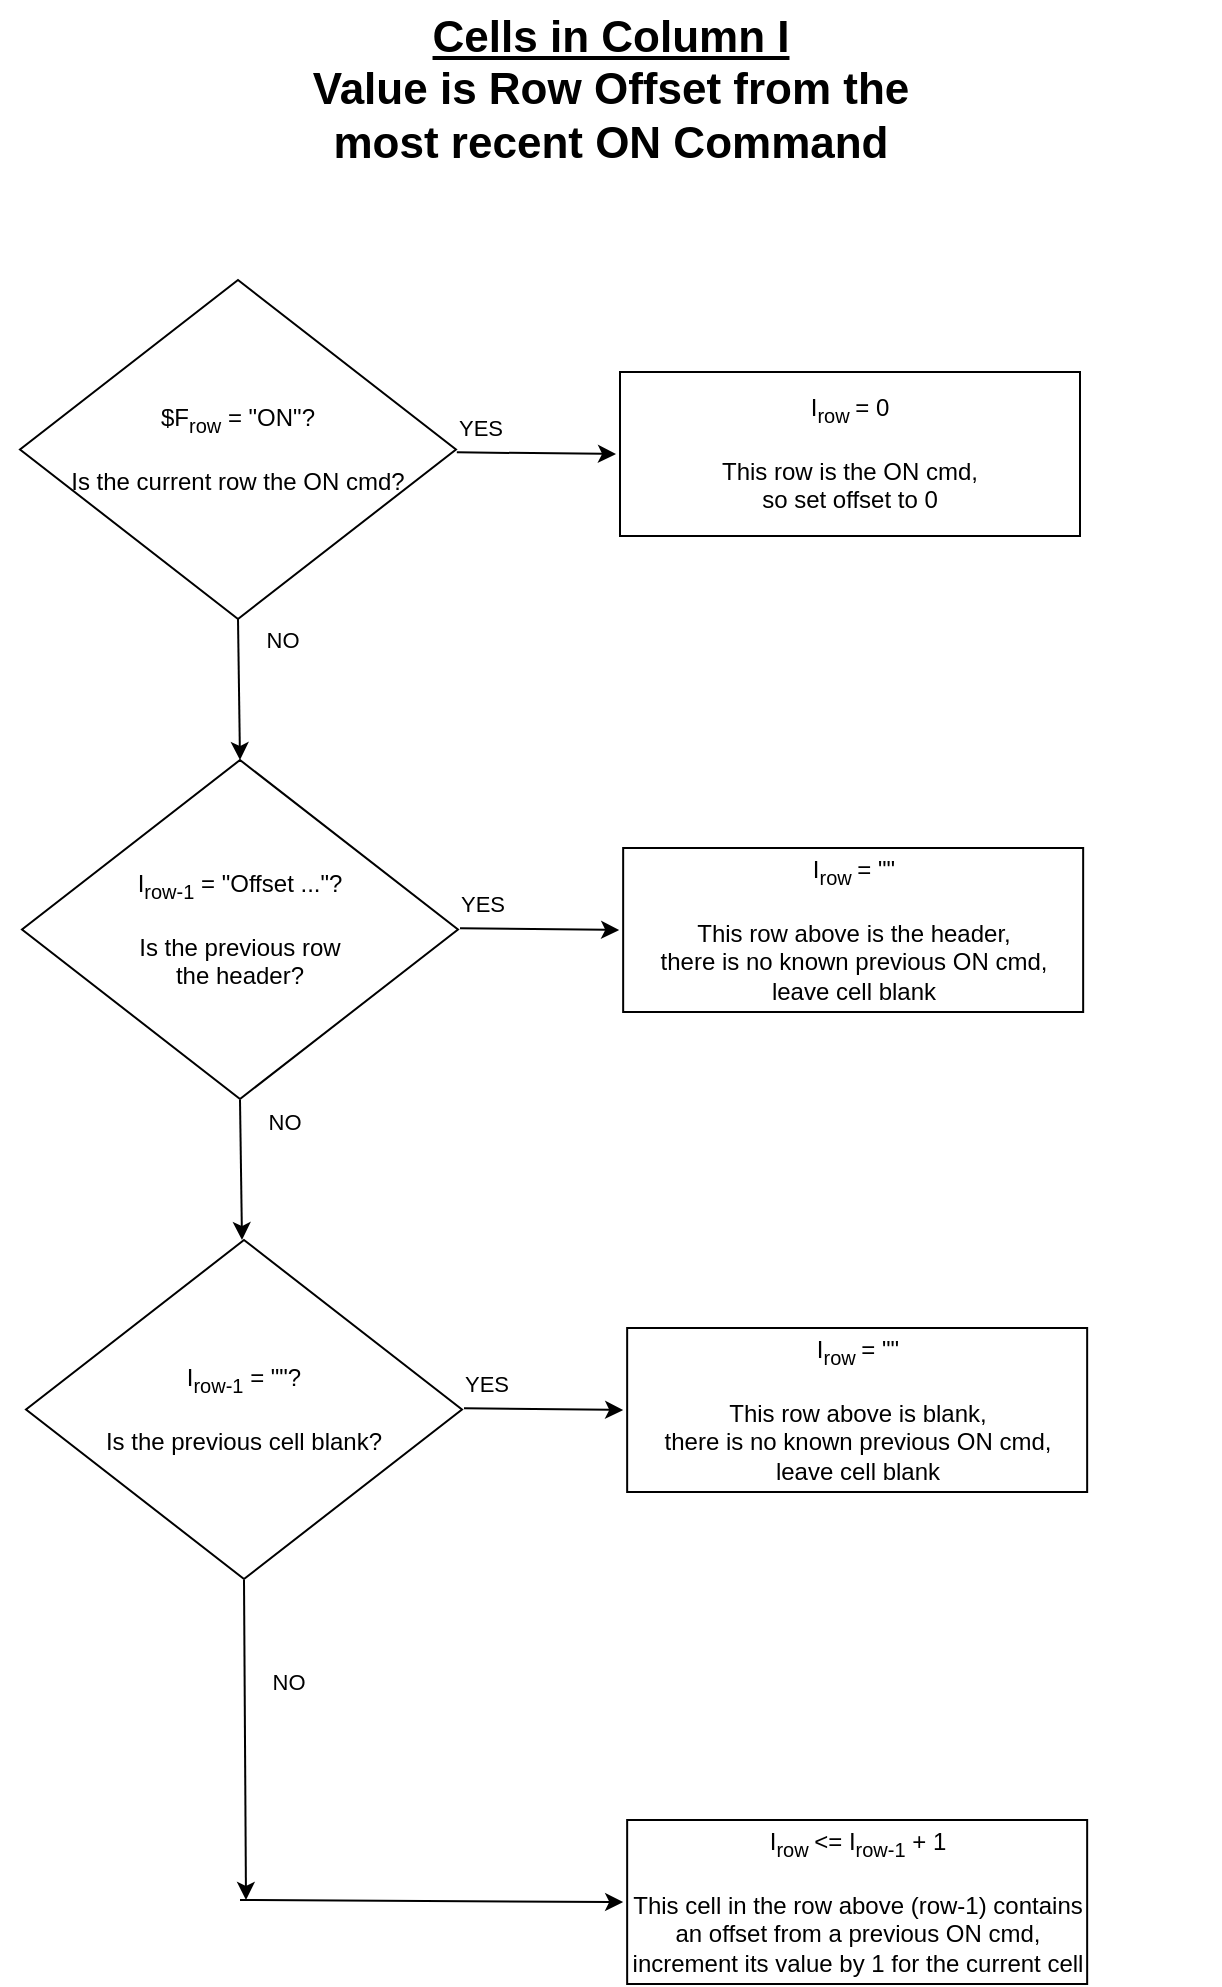
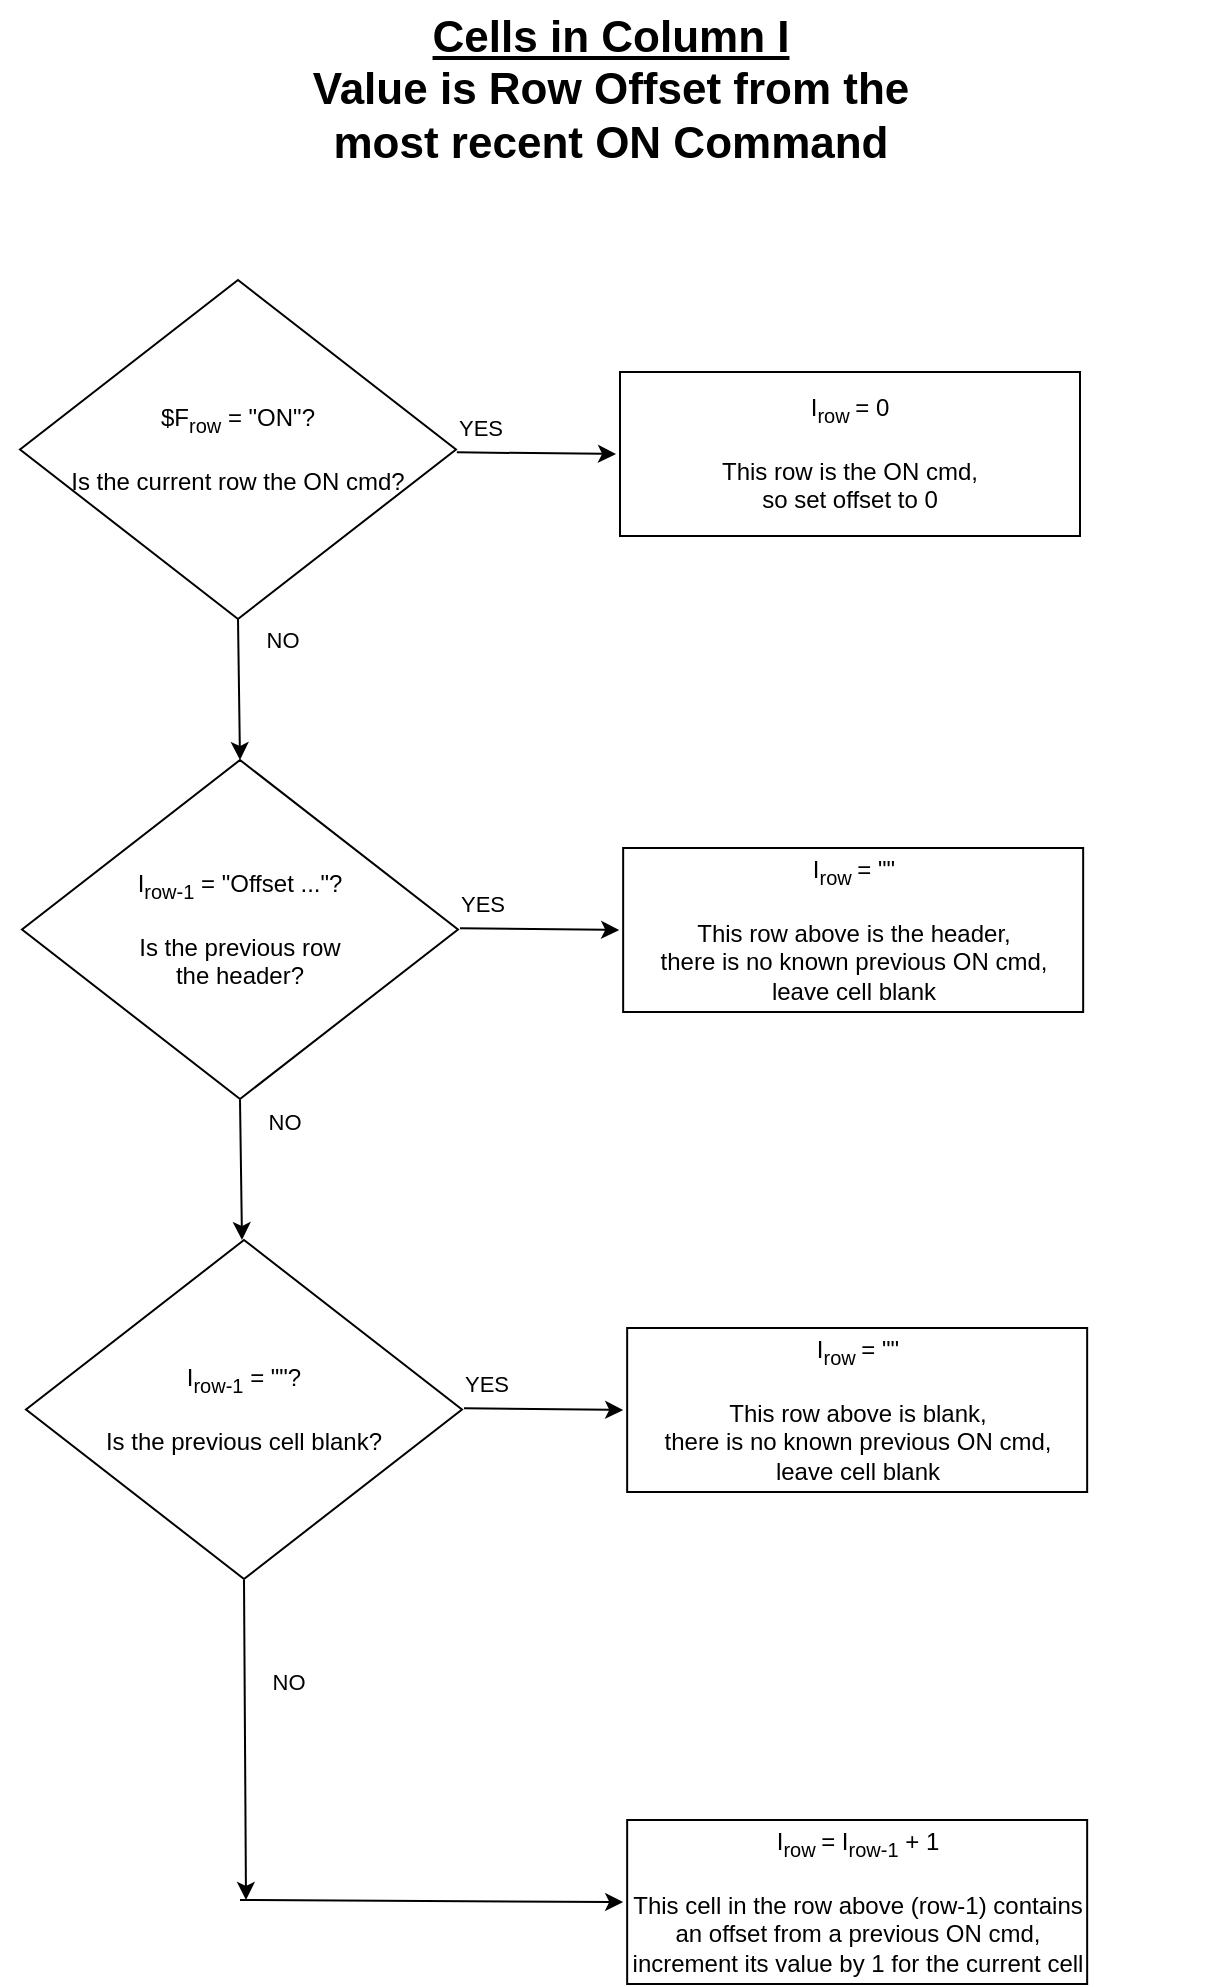
<mxfile host="app.diagrams.net">
  <diagram name="Page-1" id="8pwIm11rHzy2fwZkQPxO">
-     <mxGraphModel dx="501" dy="358" grid="1" gridSize="10" guides="1" tooltips="1" connect="1" arrows="1" fold="1" page="1" pageScale="1" pageWidth="850" pageHeight="1100" math="0" shadow="0">
+     <mxGraphModel dx="877" dy="626" grid="1" gridSize="10" guides="1" tooltips="1" connect="1" arrows="1" fold="1" page="1" pageScale="1" pageWidth="850" pageHeight="1100" math="0" shadow="0">
      <root>
        <mxCell id="0" />
        <mxCell id="1" parent="0" />
        <mxCell id="_fD-yj-OL9M4TpKsppHa-1" parent="1" style="rhombus;whiteSpace=wrap;html=1;shapeInside=1;" value="$F&lt;sub&gt;row&lt;/sub&gt; = &quot;ON&quot;?&lt;br&gt;&lt;br&gt;Is the current row the ON cmd?" vertex="1">
          <mxGeometry height="169.5" width="218" x="120" y="150" as="geometry" />
        </mxCell>
        <mxCell id="_fD-yj-OL9M4TpKsppHa-2" edge="1" parent="1" style="endArrow=classic;html=1;rounded=0;exitX=1.003;exitY=0.532;exitDx=0;exitDy=0;exitPerimeter=0;" value="">
          <mxGeometry height="50" relative="1" width="50" as="geometry">
            <mxPoint x="338.41999999999996" y="236.15999999999997" as="sourcePoint" />
            <mxPoint x="418" y="237" as="targetPoint" />
          </mxGeometry>
        </mxCell>
        <mxCell id="_fD-yj-OL9M4TpKsppHa-3" connectable="0" parent="_fD-yj-OL9M4TpKsppHa-2" style="edgeLabel;html=1;align=center;verticalAlign=middle;resizable=0;points=[];" value="&lt;div&gt;YES&lt;/div&gt;" vertex="1">
          <mxGeometry relative="1" x="0.2087" y="1" as="geometry">
            <mxPoint x="-37" y="-12" as="offset" />
          </mxGeometry>
        </mxCell>
        <mxCell id="_fD-yj-OL9M4TpKsppHa-4" parent="1" style="rounded=0;whiteSpace=wrap;html=1;" value="&lt;div&gt;I&lt;sub&gt;row &lt;/sub&gt;= 0&lt;br&gt;&lt;br&gt;&lt;/div&gt;&lt;div&gt;This row is the ON cmd,&lt;/div&gt;&lt;div&gt;so set offset to 0&lt;/div&gt;" vertex="1">
          <mxGeometry height="82" width="230" x="420" y="196" as="geometry" />
        </mxCell>
        <mxCell id="_fD-yj-OL9M4TpKsppHa-5" edge="1" parent="1" source="_fD-yj-OL9M4TpKsppHa-1" style="endArrow=classic;html=1;rounded=0;exitX=0.5;exitY=1;exitDx=0;exitDy=0;" value="">
          <mxGeometry height="50" relative="1" width="50" as="geometry">
            <mxPoint x="450" y="400" as="sourcePoint" />
            <mxPoint x="230" y="390" as="targetPoint" />
          </mxGeometry>
        </mxCell>
        <mxCell id="_fD-yj-OL9M4TpKsppHa-6" connectable="0" parent="_fD-yj-OL9M4TpKsppHa-5" style="edgeLabel;html=1;align=center;verticalAlign=middle;resizable=0;points=[];" value="NO" vertex="1">
          <mxGeometry relative="1" x="-0.1072" as="geometry">
            <mxPoint x="21" y="-21" as="offset" />
          </mxGeometry>
        </mxCell>
        <mxCell id="_fD-yj-OL9M4TpKsppHa-7" parent="1" style="rhombus;whiteSpace=wrap;html=1;shapeInside=1;" value="I&lt;sub&gt;row-1&lt;/sub&gt; = &quot;Offset ...&quot;?&lt;br&gt;&lt;br&gt;Is the previous row&lt;br&gt;the header?" vertex="1">
          <mxGeometry height="169.5" width="218" x="121" y="390" as="geometry" />
        </mxCell>
        <mxCell id="_fD-yj-OL9M4TpKsppHa-8" edge="1" parent="1" style="endArrow=classic;html=1;rounded=0;exitX=1.003;exitY=0.532;exitDx=0;exitDy=0;exitPerimeter=0;" value="">
          <mxGeometry height="50" relative="1" width="50" as="geometry">
            <mxPoint x="340" y="474.15999999999997" as="sourcePoint" />
            <mxPoint x="419.58000000000004" y="475" as="targetPoint" />
          </mxGeometry>
        </mxCell>
        <mxCell id="_fD-yj-OL9M4TpKsppHa-9" connectable="0" parent="_fD-yj-OL9M4TpKsppHa-8" style="edgeLabel;html=1;align=center;verticalAlign=middle;resizable=0;points=[];" value="&lt;div&gt;YES&lt;/div&gt;" vertex="1">
          <mxGeometry relative="1" x="0.2087" y="1" as="geometry">
            <mxPoint x="-37" y="-12" as="offset" />
          </mxGeometry>
        </mxCell>
        <mxCell id="_fD-yj-OL9M4TpKsppHa-10" parent="1" style="rounded=0;whiteSpace=wrap;html=1;" value="&lt;div&gt;I&lt;sub&gt;row &lt;/sub&gt;= &quot;&quot;&lt;br&gt;&lt;br&gt;&lt;/div&gt;&lt;div&gt;This row above is the header,&lt;/div&gt;&lt;div&gt;there is no known previous ON cmd,&lt;/div&gt;&lt;div&gt;leave cell blank&lt;/div&gt;" vertex="1">
          <mxGeometry height="82" width="230" x="421.58000000000004" y="434" as="geometry" />
        </mxCell>
        <mxCell id="_fD-yj-OL9M4TpKsppHa-11" edge="1" parent="1" style="endArrow=classic;html=1;rounded=0;exitX=0.5;exitY=1;exitDx=0;exitDy=0;" value="">
          <mxGeometry height="50" relative="1" width="50" as="geometry">
            <mxPoint x="230" y="560" as="sourcePoint" />
            <mxPoint x="231" y="630" as="targetPoint" />
          </mxGeometry>
        </mxCell>
        <mxCell id="_fD-yj-OL9M4TpKsppHa-12" connectable="0" parent="_fD-yj-OL9M4TpKsppHa-11" style="edgeLabel;html=1;align=center;verticalAlign=middle;resizable=0;points=[];" value="NO" vertex="1">
          <mxGeometry relative="1" x="-0.1072" as="geometry">
            <mxPoint x="21" y="-21" as="offset" />
          </mxGeometry>
        </mxCell>
        <mxCell id="_fD-yj-OL9M4TpKsppHa-13" parent="1" style="rhombus;whiteSpace=wrap;html=1;shapeInside=1;" value="I&lt;sub&gt;row-1&lt;/sub&gt; = &quot;&quot;?&lt;br&gt;&lt;br&gt;Is the previous cell blank?" vertex="1">
          <mxGeometry height="169.5" width="218" x="123" y="630" as="geometry" />
        </mxCell>
        <mxCell id="_fD-yj-OL9M4TpKsppHa-14" edge="1" parent="1" style="endArrow=classic;html=1;rounded=0;exitX=1.003;exitY=0.532;exitDx=0;exitDy=0;exitPerimeter=0;" value="">
          <mxGeometry height="50" relative="1" width="50" as="geometry">
            <mxPoint x="342" y="714.16" as="sourcePoint" />
            <mxPoint x="421.58000000000004" y="715" as="targetPoint" />
          </mxGeometry>
        </mxCell>
        <mxCell id="_fD-yj-OL9M4TpKsppHa-15" connectable="0" parent="_fD-yj-OL9M4TpKsppHa-14" style="edgeLabel;html=1;align=center;verticalAlign=middle;resizable=0;points=[];" value="&lt;div&gt;YES&lt;/div&gt;" vertex="1">
          <mxGeometry relative="1" x="0.2087" y="1" as="geometry">
            <mxPoint x="-37" y="-12" as="offset" />
          </mxGeometry>
        </mxCell>
        <mxCell id="_fD-yj-OL9M4TpKsppHa-16" parent="1" style="rounded=0;whiteSpace=wrap;html=1;" value="&lt;div&gt;I&lt;sub&gt;row &lt;/sub&gt;= &quot;&quot;&lt;br&gt;&lt;br&gt;&lt;/div&gt;&lt;div&gt;This row above is blank,&lt;/div&gt;&lt;div&gt;there is no known previous ON cmd,&lt;/div&gt;&lt;div&gt;leave cell blank&lt;/div&gt;" vertex="1">
          <mxGeometry height="82" width="230" x="423.58000000000004" y="674" as="geometry" />
        </mxCell>
        <mxCell id="_fD-yj-OL9M4TpKsppHa-17" edge="1" parent="1" style="endArrow=classic;html=1;rounded=0;exitX=0.5;exitY=1;exitDx=0;exitDy=0;" value="">
          <mxGeometry height="50" relative="1" width="50" as="geometry">
            <mxPoint x="232" y="800" as="sourcePoint" />
            <mxPoint x="233" y="960" as="targetPoint" />
          </mxGeometry>
        </mxCell>
        <mxCell id="_fD-yj-OL9M4TpKsppHa-18" connectable="0" parent="_fD-yj-OL9M4TpKsppHa-17" style="edgeLabel;html=1;align=center;verticalAlign=middle;resizable=0;points=[];" value="NO" vertex="1">
          <mxGeometry relative="1" x="-0.1072" as="geometry">
            <mxPoint x="21" y="-21" as="offset" />
          </mxGeometry>
        </mxCell>
        <mxCell id="_fD-yj-OL9M4TpKsppHa-19" edge="1" parent="1" style="endArrow=classic;html=1;rounded=0;" value="">
          <mxGeometry height="50" relative="1" width="50" as="geometry">
            <mxPoint x="230" y="960" as="sourcePoint" />
            <mxPoint x="421.58000000000004" y="961" as="targetPoint" />
          </mxGeometry>
        </mxCell>
-         <mxCell id="_fD-yj-OL9M4TpKsppHa-21" parent="1" style="rounded=0;whiteSpace=wrap;html=1;" value="&lt;div&gt;I&lt;sub&gt;row &lt;/sub&gt;&amp;lt;= I&lt;sub&gt;row-1&lt;/sub&gt;&amp;nbsp;+ 1&lt;br&gt;&lt;br&gt;&lt;/div&gt;&lt;div&gt;This cell in the row above (row-1) contains&lt;/div&gt;&lt;div&gt;an offset from a previous ON cmd,&lt;/div&gt;&lt;div&gt;increment its value by 1 for the current cell&lt;/div&gt;" vertex="1">
+         <mxCell id="_fD-yj-OL9M4TpKsppHa-21" parent="1" style="rounded=0;whiteSpace=wrap;html=1;" value="&lt;div&gt;I&lt;sub&gt;row &lt;/sub&gt;= I&lt;sub&gt;row-1&lt;/sub&gt;&amp;nbsp;+ 1&lt;br&gt;&lt;br&gt;&lt;/div&gt;&lt;div&gt;This cell in the row above (row-1) contains&lt;/div&gt;&lt;div&gt;an offset from a previous ON cmd,&lt;/div&gt;&lt;div&gt;increment its value by 1 for the current cell&lt;/div&gt;" vertex="1">
          <mxGeometry height="82" width="230" x="423.58000000000004" y="920" as="geometry" />
        </mxCell>
        <mxCell id="_fD-yj-OL9M4TpKsppHa-22" parent="1" style="text;strokeColor=none;fillColor=none;html=1;fontSize=22;fontStyle=1;verticalAlign=middle;align=center;autosizeText=1;" value="&lt;div&gt;&lt;u&gt;Cells in Column I&lt;/u&gt;&lt;/div&gt;&lt;div&gt;Value is Row Offset from the&lt;/div&gt;&lt;div&gt;most recent ON Command&lt;/div&gt;" vertex="1">
          <mxGeometry height="90" width="610" x="110" y="10" as="geometry" />
        </mxCell>
      </root>
    </mxGraphModel>
  </diagram>
</mxfile>
